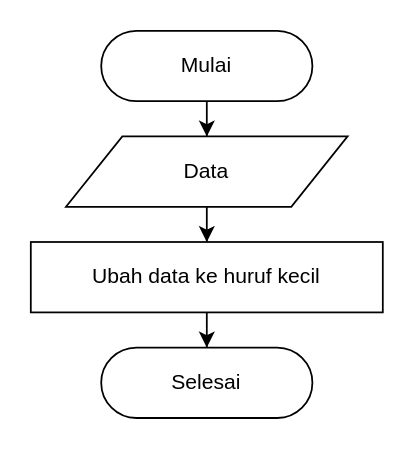
Above: page "Case Folding" (4 of 10) of Untitled Diagram.drawio in mksyfla/analysis-sentiment-using-svm (draw.io), before the change. Source tidied: cells renumbered, new cells numbered last; positions are measured from the earlier drawing's top-left corner, leaving out a move shared by most shapes. Both pictures are drawn from the tidied source at 176%, with x=0, y=0 at pixel (30, 30).
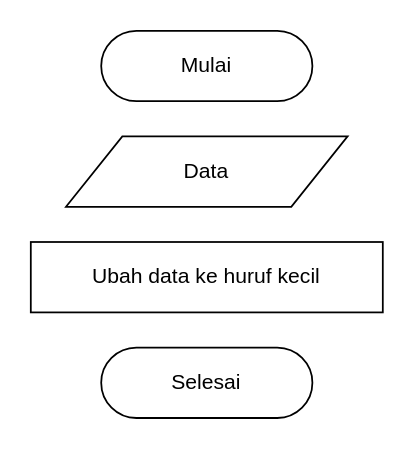
Above is the later version.

Change to the diagram source:
```diff
@@
 <mxGraphModel>
   <root>
     <mxCell id="0" />
     <mxCell id="1" parent="0" />
-    <mxCell id="2" style="edgeStyle=orthogonalEdgeStyle;rounded=0;jettySize=auto;html=1;" parent="1" edge="1" source="3" target="8">
-      <mxGeometry relative="1" as="geometry" />
-    </mxCell>
     <mxCell id="3" value="Mulai" style="html=1;dashed=0;whiteSpace=wrap;shape=mxgraph.dfd.start;" parent="1" vertex="1">
       <mxGeometry x="40" width="120" height="40" as="geometry" />
     </mxCell>
     <mxCell id="4" value="Selesai" style="html=1;dashed=0;whiteSpace=wrap;shape=mxgraph.dfd.start;" parent="1" vertex="1">
       <mxGeometry x="40" y="180" width="120" height="40" as="geometry" />
     </mxCell>
-    <mxCell id="5" style="edgeStyle=orthogonalEdgeStyle;rounded=0;jettySize=auto;html=1;" parent="1" edge="1" source="6" target="4">
-      <mxGeometry relative="1" as="geometry" />
-    </mxCell>
     <mxCell id="6" value="Ubah data ke huruf kecil" style="html=1;dashed=0;whiteSpace=wrap;" parent="1" vertex="1">
       <mxGeometry y="120" width="200" height="40" as="geometry" />
     </mxCell>
-    <mxCell id="7" style="edgeStyle=orthogonalEdgeStyle;rounded=0;jettySize=auto;html=1;" parent="1" edge="1" source="8" target="6">
-      <mxGeometry relative="1" as="geometry" />
-    </mxCell>
     <mxCell id="8" value="&lt;div&gt;Data&lt;/div&gt;" style="shape=parallelogram;perimeter=parallelogramPerimeter;whiteSpace=wrap;html=1;dashed=0;" parent="1" vertex="1">
       <mxGeometry x="20" y="60" width="160" height="40" as="geometry" />
     </mxCell>
   </root>
 </mxGraphModel>
```
